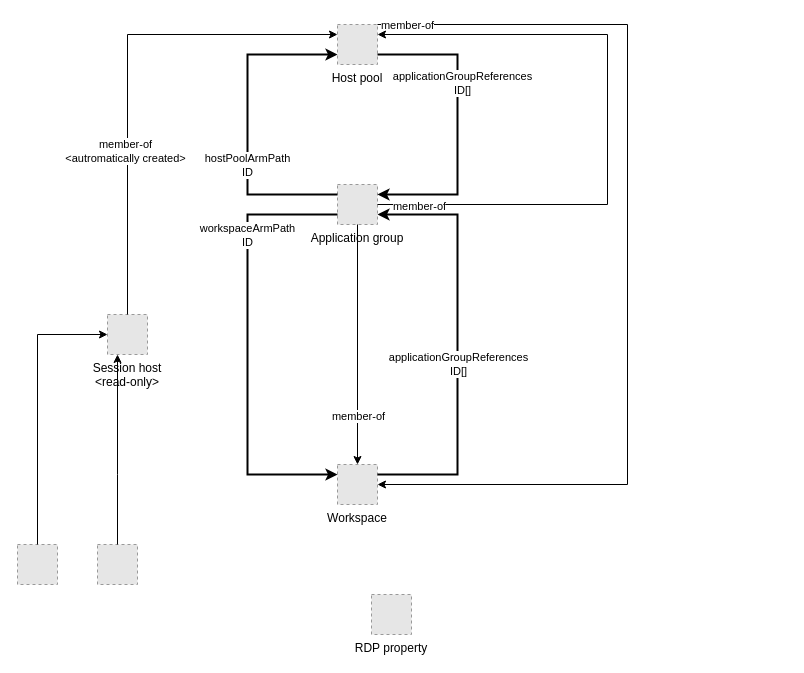
jikuja/diagrams.net keeps this draw.io diagram as page "ARM" (1 of 2) of Azure/Azure Virtual Desktop.drawio. Above is the earlier version. Source tidied: cells renumbered, new cells numbered last; positions are measured from the earlier drawing's top-left corner, leaving out a move shared by most shapes. Both pictures are drawn from the tidied source at 100%, with x=0, y=0 at pixel (17, 24). Pictures stored in the file or linked from it are replaced by grey dashed boxes.
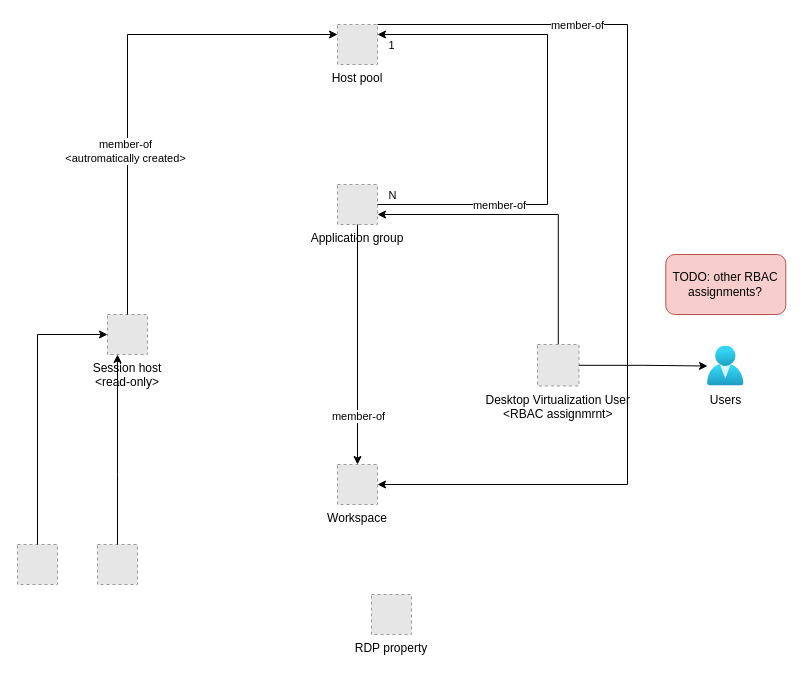
Above is the later version.

The change refers to these unchanged cells:
```xml
<mxCell id="2" value="Host pool" style="fillColor=#E6E6E6;strokeColor=#999999;dashed=1;verticalLabelPosition=bottom;align=center;verticalAlign=top;" parent="1" vertex="1">
  <mxGeometry x="320" width="40" height="40" as="geometry" />
</mxCell>
<mxCell id="3" value="Workspace" style="fillColor=#E6E6E6;strokeColor=#999999;dashed=1;verticalLabelPosition=bottom;align=center;verticalAlign=top;" parent="1" vertex="1">
  <mxGeometry x="320" y="440" width="40" height="40" as="geometry" />
</mxCell>
<mxCell id="4" value="Application group" style="fillColor=#E6E6E6;strokeColor=#999999;dashed=1;verticalLabelPosition=bottom;align=center;verticalAlign=top;" parent="1" vertex="1">
  <mxGeometry x="320" y="160" width="40" height="40" as="geometry" />
</mxCell>
<mxCell id="10" style="edgeStyle=orthogonalEdgeStyle;rounded=0;jettySize=auto;html=1;exitX=1;exitY=0;exitDx=0;exitDy=0;" parent="9" edge="1" source="2" target="3">
  <mxGeometry relative="1" as="geometry">
    <Array as="points">
      <mxPoint x="610" />
      <mxPoint x="610" y="460" />
    </Array>
  </mxGeometry>
</mxCell>
```

Change to the diagram source:
```diff
@@
+    <mxCell id="35" value="Users" style="image;html=1;points=[];align=center;fontSize=12;image=img/lib/azure2/identity/Users.svg;" parent="1" vertex="1">
+      <mxGeometry x="690" y="321.5" width="36.6" height="40" as="geometry" />
+    </mxCell>
+    <mxCell id="36" style="edgeStyle=orthogonalEdgeStyle;rounded=0;jettySize=auto;html=1;entryX=1;entryY=0.75;entryDx=0;entryDy=0;" parent="1" edge="1" source="37" target="4">
+      <mxGeometry relative="1" as="geometry">
+        <Array as="points">
+          <mxPoint x="541" y="190" />
+        </Array>
+      </mxGeometry>
+    </mxCell>
+    <mxCell id="37" value="Desktop Virtualization User&#10;&lt;RBAC assignmrnt&gt;" style="fillColor=#E6E6E6;strokeColor=#999999;dashed=1;verticalLabelPosition=bottom;labelBackgroundColor=default;verticalAlign=top;" parent="1" vertex="1">
+      <mxGeometry x="520" y="320" width="41.5" height="41.5" as="geometry" />
+    </mxCell>
+    <mxCell id="38" style="edgeStyle=orthogonalEdgeStyle;rounded=0;jettySize=auto;html=1;" parent="1" edge="1" source="37" target="35">
+      <mxGeometry relative="1" as="geometry" />
+    </mxCell>
+    <mxCell id="39" value="TODO: other RBAC assignments?" style="rounded=1;whiteSpace=wrap;html=1;fillColor=#f8cecc;strokeColor=#b85450;" parent="1" vertex="1">
+      <mxGeometry x="648.3" y="230" width="120" height="60" as="geometry" />
+    </mxCell>
@@
     <mxCell id="11" value="member-of" style="edgeLabel;html=1;align=center;verticalAlign=middle;" parent="10" vertex="1">
-      <mxGeometry x="-0.94" relative="1" as="geometry" />
+      <mxGeometry x="-0.94" relative="1" as="geometry">
+        <mxPoint x="170" as="offset" />
+      </mxGeometry>
     </mxCell>
     <mxCell id="12" style="rounded=0;jettySize=auto;html=1;entryX=1;entryY=0.25;entryDx=0;entryDy=0;edgeStyle=orthogonalEdgeStyle;" parent="9" edge="1" source="4" target="2">
       <mxGeometry relative="1" as="geometry">
         <Array as="points">
-          <mxPoint x="590" y="180" />
-          <mxPoint x="590" y="10" />
+          <mxPoint x="530" y="180" />
+          <mxPoint x="530" y="10" />
         </Array>
       </mxGeometry>
     </mxCell>
     <mxCell id="13" value="member-of" style="edgeLabel;html=1;align=center;verticalAlign=middle;" parent="12" vertex="1">
-      <mxGeometry x="-0.87" y="-1" relative="1" as="geometry" />
+      <mxGeometry x="-0.87" y="-1" relative="1" as="geometry">
+        <mxPoint x="88" y="-1" as="offset" />
+      </mxGeometry>
     </mxCell>
+    <mxCell id="40" value="N" style="edgeLabel;html=1;align=center;verticalAlign=middle;" parent="12" vertex="1">
+      <mxGeometry x="-0.95" y="2" relative="1" as="geometry">
+        <mxPoint x="1" y="-8" as="offset" />
+      </mxGeometry>
+    </mxCell>
+    <mxCell id="41" value="1" style="edgeLabel;html=1;align=center;verticalAlign=middle;" parent="12" vertex="1">
+      <mxGeometry x="0.94" y="4" relative="1" as="geometry">
+        <mxPoint x="-2" y="6" as="offset" />
+      </mxGeometry>
+    </mxCell>
@@
-    <mxCell id="20" parent="0" />
-    <mxCell id="21" style="edgeStyle=orthogonalEdgeStyle;rounded=0;orthogonalLoop=1;jettySize=auto;html=1;" parent="20" edge="1">
-      <mxGeometry relative="1" as="geometry" />
-    </mxCell>
-    <mxCell id="22" style="edgeStyle=entityRelationEdgeStyle;rounded=0;orthogonalLoop=1;jettySize=auto;html=1;entryX=1;entryY=1;entryDx=0;entryDy=0;" parent="20" edge="1">
-      <mxGeometry relative="1" as="geometry" />
-    </mxCell>
-    <mxCell id="23" style="edgeStyle=orthogonalEdgeStyle;rounded=0;orthogonalLoop=1;jettySize=auto;html=1;" parent="20" edge="1">
-      <mxGeometry relative="1" as="geometry" />
-    </mxCell>
-    <mxCell id="24" style="edgeStyle=orthogonalEdgeStyle;rounded=0;orthogonalLoop=1;jettySize=auto;html=1;" parent="20" edge="1">
-      <mxGeometry relative="1" as="geometry" />
-    </mxCell>
-    <mxCell id="25" style="edgeStyle=orthogonalEdgeStyle;rounded=0;orthogonalLoop=1;jettySize=auto;html=1;entryX=1;entryY=0.5;entryDx=0;entryDy=0;" parent="20" edge="1">
-      <mxGeometry relative="1" as="geometry">
-        <Array as="points">
-          <mxPoint x="180" y="420" />
-        </Array>
-      </mxGeometry>
-    </mxCell>
-    <mxCell id="26" style="edgeStyle=orthogonalEdgeStyle;rounded=0;orthogonalLoop=1;jettySize=auto;html=1;entryX=0;entryY=0.5;entryDx=0;entryDy=0;" parent="20" edge="1">
-      <mxGeometry relative="1" as="geometry">
-        <Array as="points">
-          <mxPoint x="20" y="420" />
-        </Array>
-      </mxGeometry>
-    </mxCell>
-    <mxCell id="27" style="edgeStyle=orthogonalEdgeStyle;rounded=0;jettySize=auto;html=1;entryX=1;entryY=0.75;entryDx=0;entryDy=0;exitX=1;exitY=0.25;exitDx=0;exitDy=0;strokeWidth=2;" parent="20" edge="1" source="3" target="4">
-      <mxGeometry relative="1" as="geometry">
-        <Array as="points">
-          <mxPoint x="440" y="450" />
-          <mxPoint x="440" y="190" />
-        </Array>
-      </mxGeometry>
-    </mxCell>
-    <mxCell id="28" value="applicationGroupReferences&lt;div&gt;ID[]&lt;/div&gt;" style="edgeLabel;html=1;align=center;verticalAlign=middle;" parent="27" vertex="1">
-      <mxGeometry x="-0.09" relative="1" as="geometry" />
-    </mxCell>
-    <mxCell id="29" style="edgeStyle=orthogonalEdgeStyle;rounded=0;jettySize=auto;html=1;exitX=1;exitY=0.75;exitDx=0;exitDy=0;entryX=1;entryY=0.25;entryDx=0;entryDy=0;strokeWidth=2;" parent="20" edge="1" source="2" target="4">
-      <mxGeometry relative="1" as="geometry">
-        <Array as="points">
-          <mxPoint x="440" y="30" />
-          <mxPoint x="440" y="170" />
-        </Array>
-      </mxGeometry>
-    </mxCell>
-    <mxCell id="30" value="applicationGroupReferences&lt;div&gt;ID[]&lt;/div&gt;" style="edgeLabel;html=1;align=center;verticalAlign=middle;" parent="29" vertex="1">
-      <mxGeometry x="-0.05" y="-3" relative="1" as="geometry">
-        <mxPoint x="7" y="-35" as="offset" />
-      </mxGeometry>
-    </mxCell>
-    <mxCell id="31" style="edgeStyle=orthogonalEdgeStyle;rounded=0;jettySize=auto;html=1;entryX=0;entryY=0.75;entryDx=0;entryDy=0;exitX=0;exitY=0.25;exitDx=0;exitDy=0;strokeWidth=2;" parent="20" edge="1" source="4" target="2">
-      <mxGeometry relative="1" as="geometry">
-        <Array as="points">
-          <mxPoint x="230" y="170" />
-          <mxPoint x="230" y="30" />
-        </Array>
-      </mxGeometry>
-    </mxCell>
-    <mxCell id="32" value="hostPoolArmPath&lt;div&gt;ID&lt;/div&gt;" style="edgeLabel;html=1;align=center;verticalAlign=middle;" parent="31" vertex="1">
-      <mxGeometry x="-0.35" y="1" relative="1" as="geometry">
-        <mxPoint y="-16" as="offset" />
-      </mxGeometry>
-    </mxCell>
-    <mxCell id="33" style="edgeStyle=orthogonalEdgeStyle;rounded=0;jettySize=auto;html=1;exitX=0;exitY=0.75;exitDx=0;exitDy=0;entryX=0;entryY=0.25;entryDx=0;entryDy=0;strokeWidth=2;" parent="20" edge="1" source="4" target="3">
-      <mxGeometry relative="1" as="geometry">
-        <Array as="points">
-          <mxPoint x="230" y="190" />
-          <mxPoint x="230" y="450" />
-        </Array>
-      </mxGeometry>
-    </mxCell>
-    <mxCell id="34" value="workspaceArmPath&lt;div&gt;ID&lt;/div&gt;" style="edgeLabel;html=1;align=center;verticalAlign=middle;" parent="33" vertex="1">
-      <mxGeometry x="-0.02" y="-1" relative="1" as="geometry">
-        <mxPoint y="-106" as="offset" />
-      </mxGeometry>
-    </mxCell>
```
